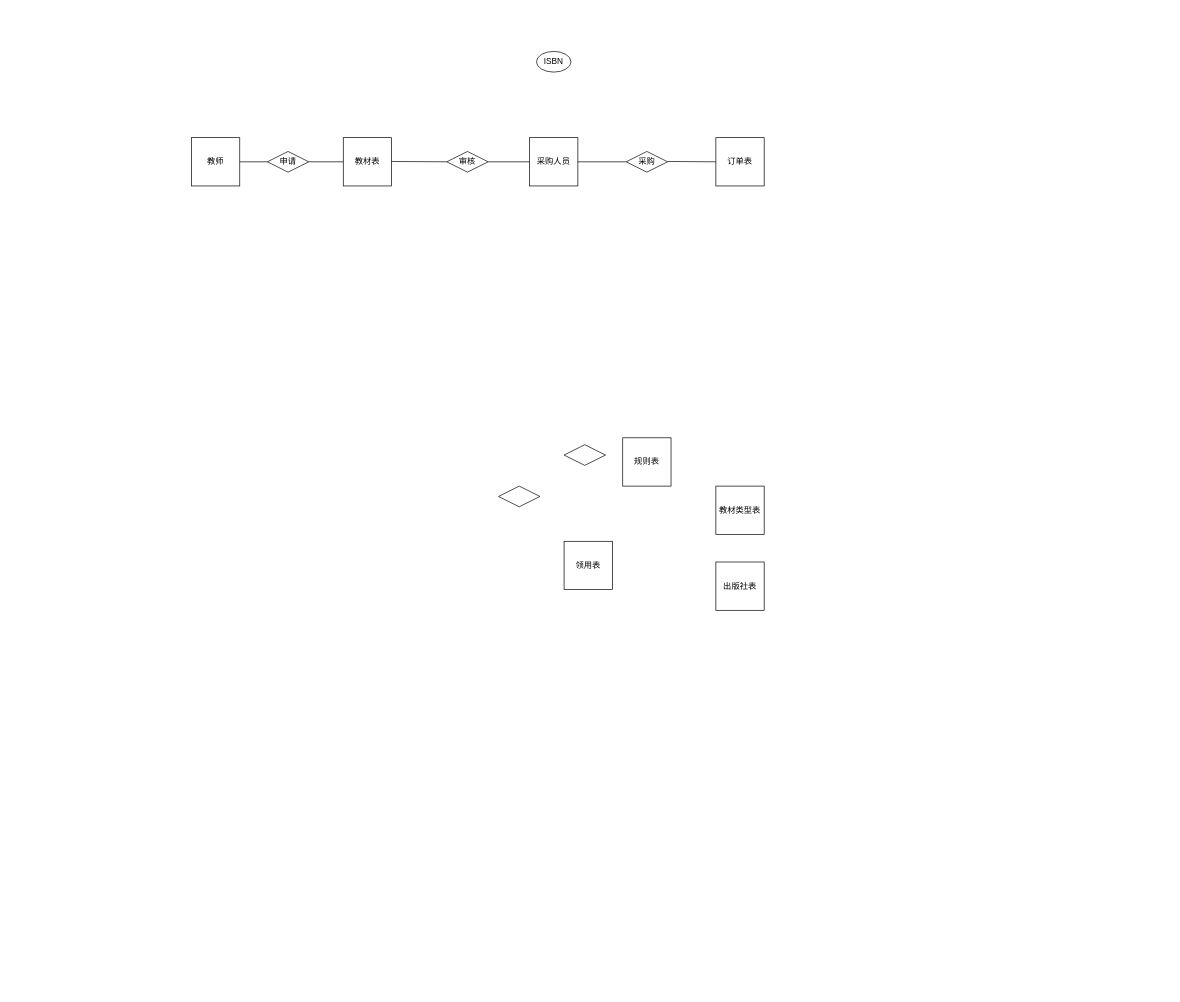
Before: 未命名绘图.drawio in Janour5/Draw.io, a draw.io diagram. Source tidied: cells renumbered, new cells numbered last; positions are measured from the earlier drawing's top-left corner, leaving out a move shared by most shapes. Both pictures are drawn from the tidied source at 69%, with x=0, y=0 at pixel (191, 51).
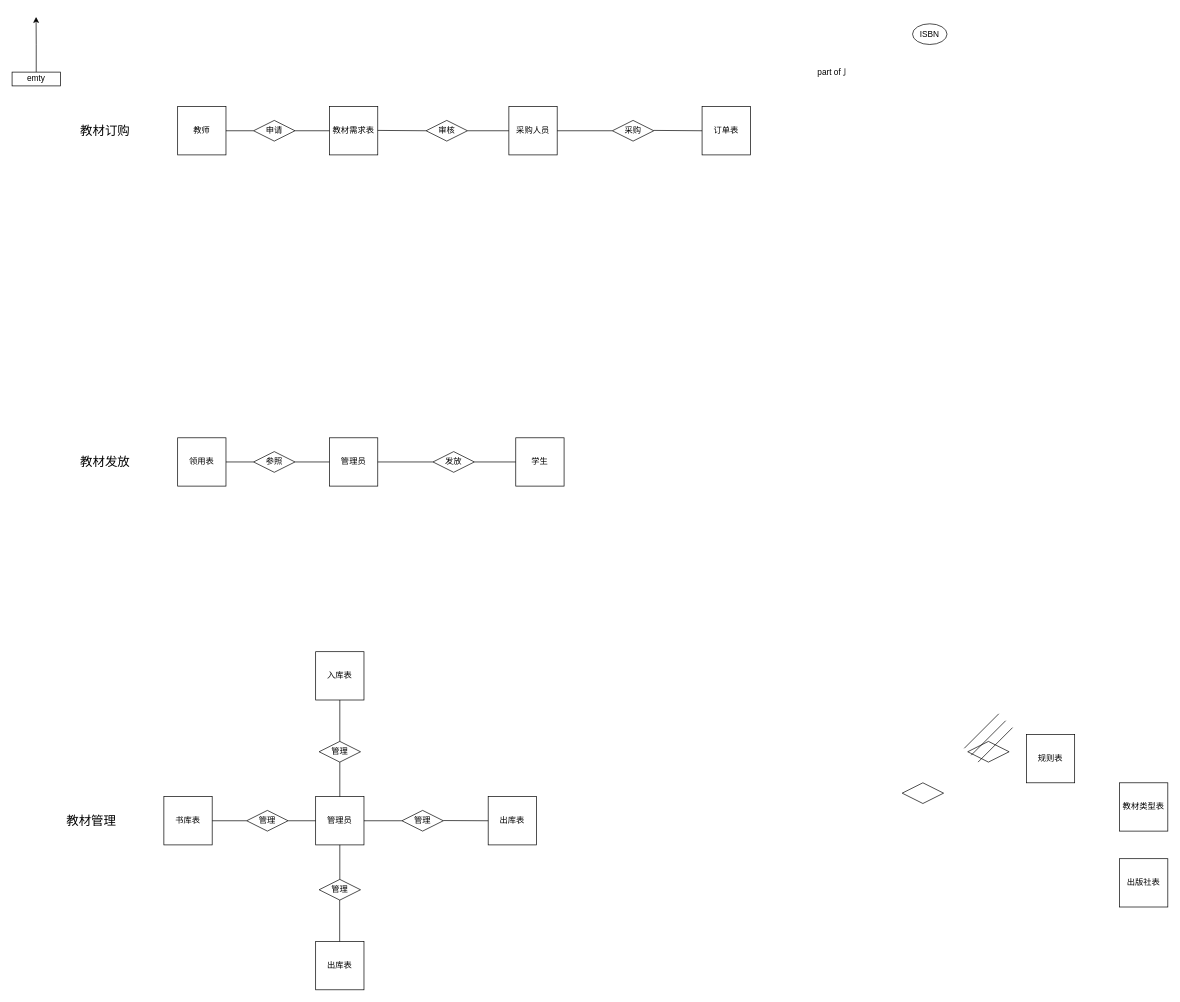
Above is the later version.

Commit message:
更新未命名绘图.drawio

Diff of the diagram source:
```diff
@@
-    <mxCell id="2" value="教材表" style="whiteSpace=wrap;html=1;" parent="1" vertex="1">
-      <mxGeometry x="220" y="125" width="70" height="70" as="geometry" />
+    <mxCell id="2" value="教材需求表" style="whiteSpace=wrap;html=1;" parent="1" vertex="1">
+      <mxGeometry x="200" y="80" width="70" height="70" as="geometry" />
     </mxCell>
     <mxCell id="3" value="订单表" style="whiteSpace=wrap;html=1;" parent="1" vertex="1">
-      <mxGeometry x="760" y="125" width="70" height="70" as="geometry" />
+      <mxGeometry x="740" y="80" width="70" height="70" as="geometry" />
     </mxCell>
     <mxCell id="4" value="领用表" style="whiteSpace=wrap;html=1;" parent="1" vertex="1">
-      <mxGeometry x="540" y="710" width="70" height="70" as="geometry" />
+      <mxGeometry x="-20" y="560" width="70" height="70" as="geometry" />
     </mxCell>
     <mxCell id="5" value="规则表" style="whiteSpace=wrap;html=1;" parent="1" vertex="1">
-      <mxGeometry x="625" y="560" width="70" height="70" as="geometry" />
+      <mxGeometry x="1210" y="990" width="70" height="70" as="geometry" />
     </mxCell>
     <mxCell id="6" value="教材类型表" style="whiteSpace=wrap;html=1;" parent="1" vertex="1">
-      <mxGeometry x="760" y="630" width="70" height="70" as="geometry" />
+      <mxGeometry x="1345" y="1060" width="70" height="70" as="geometry" />
     </mxCell>
     <mxCell id="7" value="出版社表" style="whiteSpace=wrap;html=1;" parent="1" vertex="1">
-      <mxGeometry x="760" y="740" width="70" height="70" as="geometry" />
+      <mxGeometry x="1345" y="1170" width="70" height="70" as="geometry" />
     </mxCell>
     <mxCell id="8" value="ISBN" style="ellipse;whiteSpace=wrap;html=1;" parent="1" vertex="1">
-      <mxGeometry x="500" width="50" height="30" as="geometry" />
+      <mxGeometry x="1045" y="-40" width="50" height="30" as="geometry" />
     </mxCell>
     <mxCell id="9" value="教师" style="whiteSpace=wrap;html=1;" parent="1" vertex="1">
-      <mxGeometry y="125" width="70" height="70" as="geometry" />
+      <mxGeometry x="-20" y="80" width="70" height="70" as="geometry" />
     </mxCell>
     <mxCell id="10" value="申请" style="rhombus;whiteSpace=wrap;html=1;" parent="1" vertex="1">
-      <mxGeometry x="110" y="145" width="60" height="30" as="geometry" />
+      <mxGeometry x="90" y="100" width="60" height="30" as="geometry" />
     </mxCell>
@@
     <mxCell id="12" style="endArrow=none;html=1;rounded=0;entryX=0;entryY=0.5;entryDx=0;entryDy=0;" parent="1" edge="1" target="2">
       <mxGeometry relative="1" as="geometry">
-        <mxPoint x="170" y="160" as="sourcePoint" />
+        <mxPoint x="150" y="115" as="sourcePoint" />
       </mxGeometry>
     </mxCell>
     <mxCell id="13" value="采购人员" style="whiteSpace=wrap;html=1;" parent="1" vertex="1">
-      <mxGeometry x="490" y="125" width="70" height="70" as="geometry" />
+      <mxGeometry x="460" y="80" width="70" height="70" as="geometry" />
     </mxCell>
     <mxCell id="14" value="审核" style="rhombus;whiteSpace=wrap;html=1;" parent="1" vertex="1">
-      <mxGeometry x="370" y="145" width="60" height="30" as="geometry" />
+      <mxGeometry x="340" y="100" width="60" height="30" as="geometry" />
     </mxCell>
@@
     <mxCell id="16" style="endArrow=none;html=1;rounded=0;entryX=0;entryY=0.5;entryDx=0;entryDy=0;exitX=1;exitY=0.5;exitDx=0;exitDy=0;" parent="1" edge="1" target="14">
       <mxGeometry relative="1" as="geometry">
-        <mxPoint x="290" y="159.5" as="sourcePoint" />
+        <mxPoint x="270" y="114.5" as="sourcePoint" />
       </mxGeometry>
     </mxCell>
     <mxCell id="17" style="rhombus;whiteSpace=wrap;html=1;" parent="1" vertex="1">
-      <mxGeometry x="540" y="570" width="60" height="30" as="geometry" />
+      <mxGeometry x="1125" y="1000" width="60" height="30" as="geometry" />
     </mxCell>
     <mxCell id="18" style="endArrow=none;html=1;rounded=0;exitX=1;exitY=0.5;exitDx=0;exitDy=0;" parent="1" edge="1" source="13">
       <mxGeometry relative="1" as="geometry">
-        <mxPoint x="630" y="160" as="targetPoint" />
+        <mxPoint x="610" y="115" as="targetPoint" />
       </mxGeometry>
     </mxCell>
     <mxCell id="19" style="rhombus;whiteSpace=wrap;html=1;" parent="1" vertex="1">
-      <mxGeometry x="445" y="630" width="60" height="30" as="geometry" />
+      <mxGeometry x="1030" y="1060" width="60" height="30" as="geometry" />
     </mxCell>
     <mxCell id="20" value="采购" style="rhombus;whiteSpace=wrap;html=1;" parent="1" vertex="1">
-      <mxGeometry x="630" y="145" width="60" height="30" as="geometry" />
+      <mxGeometry x="610" y="100" width="60" height="30" as="geometry" />
     </mxCell>
     <mxCell id="21" style="endArrow=none;html=1;rounded=0;exitX=1;exitY=0.5;exitDx=0;exitDy=0;" parent="1" edge="1">
       <mxGeometry relative="1" as="geometry">
-        <mxPoint x="690" y="159.5" as="sourcePoint" />
-        <mxPoint x="760" y="160" as="targetPoint" />
+        <mxPoint x="670" y="114.5" as="sourcePoint" />
+        <mxPoint x="740" y="115" as="targetPoint" />
       </mxGeometry>
     </mxCell>
+    <mxCell id="22" value="&lt;font style=&quot;font-size: 18px;&quot;&gt;教材发放&lt;/font&gt;" style="text;html=1;strokeColor=none;fillColor=none;align=center;verticalAlign=middle;whiteSpace=wrap;rounded=0;" parent="1" vertex="1">
+      <mxGeometry x="-170" y="580" width="90" height="30" as="geometry" />
+    </mxCell>
+    <mxCell id="23" value="管理" style="rhombus;whiteSpace=wrap;html=1;" parent="1" vertex="1">
+      <mxGeometry x="80" y="1100" width="60" height="30" as="geometry" />
+    </mxCell>
+    <mxCell id="24" value="参照" style="rhombus;whiteSpace=wrap;html=1;" parent="1" vertex="1">
+      <mxGeometry x="90" y="580" width="60" height="30" as="geometry" />
+    </mxCell>
+    <mxCell id="25" style="endArrow=none;html=1;rounded=0;exitX=1;exitY=0.5;exitDx=0;exitDy=0;entryX=0;entryY=0.5;entryDx=0;entryDy=0;" parent="1" edge="1" source="4" target="24">
+      <mxGeometry relative="1" as="geometry" />
+    </mxCell>
+    <mxCell id="26" value="管理员" style="whiteSpace=wrap;html=1;" parent="1" vertex="1">
+      <mxGeometry x="200" y="560" width="70" height="70" as="geometry" />
+    </mxCell>
+    <mxCell id="27" style="endArrow=none;html=1;rounded=0;exitX=1;exitY=0.5;exitDx=0;exitDy=0;entryX=0;entryY=0.5;entryDx=0;entryDy=0;" parent="1" edge="1" source="24" target="26">
+      <mxGeometry relative="1" as="geometry" />
+    </mxCell>
+    <mxCell id="28" value="发放" style="rhombus;whiteSpace=wrap;html=1;" parent="1" vertex="1">
+      <mxGeometry x="350" y="580" width="60" height="30" as="geometry" />
+    </mxCell>
+    <mxCell id="29" style="endArrow=none;html=1;rounded=0;exitX=1;exitY=0.5;exitDx=0;exitDy=0;entryX=0;entryY=0.5;entryDx=0;entryDy=0;" parent="1" edge="1" source="26" target="28">
+      <mxGeometry relative="1" as="geometry" />
+    </mxCell>
+    <mxCell id="30" value="学生" style="whiteSpace=wrap;html=1;" parent="1" vertex="1">
+      <mxGeometry x="470" y="560" width="70" height="70" as="geometry" />
+    </mxCell>
+    <mxCell id="31" style="endArrow=none;html=1;rounded=0;exitX=1;exitY=0.5;exitDx=0;exitDy=0;entryX=0;entryY=0.5;entryDx=0;entryDy=0;" parent="1" edge="1" source="28" target="30">
+      <mxGeometry relative="1" as="geometry" />
+    </mxCell>
+    <mxCell id="32" value="&lt;span style=&quot;font-size: 18px;&quot;&gt;教材订购&lt;/span&gt;" style="text;html=1;strokeColor=none;fillColor=none;align=center;verticalAlign=middle;whiteSpace=wrap;rounded=0;" parent="1" vertex="1">
+      <mxGeometry x="-170" y="100" width="90" height="30" as="geometry" />
+    </mxCell>
+    <mxCell id="33" value="&lt;span style=&quot;font-size: 18px;&quot;&gt;教材管理&lt;/span&gt;" style="text;html=1;strokeColor=none;fillColor=none;align=center;verticalAlign=middle;whiteSpace=wrap;rounded=0;" parent="1" vertex="1">
+      <mxGeometry x="-190" y="1100" width="90" height="30" as="geometry" />
+    </mxCell>
+    <mxCell id="34" value="管理员" style="whiteSpace=wrap;html=1;" parent="1" vertex="1">
+      <mxGeometry x="180" y="1080" width="70" height="70" as="geometry" />
+    </mxCell>
+    <mxCell id="35" value="书库表" style="whiteSpace=wrap;html=1;" parent="1" vertex="1">
+      <mxGeometry x="-40" y="1080" width="70" height="70" as="geometry" />
+    </mxCell>
+    <mxCell id="36" style="endArrow=none;html=1;rounded=0;exitX=1;exitY=0.5;exitDx=0;exitDy=0;entryX=0;entryY=0.5;entryDx=0;entryDy=0;" parent="1" edge="1" source="35" target="23">
+      <mxGeometry relative="1" as="geometry" />
+    </mxCell>
+    <mxCell id="37" style="endArrow=none;html=1;rounded=0;exitX=1;exitY=0.5;exitDx=0;exitDy=0;entryX=0;entryY=0.5;entryDx=0;entryDy=0;" parent="1" edge="1" source="23" target="34">
+      <mxGeometry relative="1" as="geometry" />
+    </mxCell>
+    <mxCell id="38" style="endArrow=none;html=1;rounded=0;entryX=0.5;entryY=1;entryDx=0;entryDy=0;exitX=0.5;exitY=0;exitDx=0;exitDy=0;" parent="1" edge="1" source="34" target="44">
+      <mxGeometry relative="1" as="geometry" />
+    </mxCell>
+    <mxCell id="39" style="endArrow=none;html=1;rounded=0;exitX=1;exitY=0.5;exitDx=0;exitDy=0;entryX=0;entryY=0.5;entryDx=0;entryDy=0;" parent="1" edge="1" source="34" target="45">
+      <mxGeometry relative="1" as="geometry" />
+    </mxCell>
+    <mxCell id="40" style="edgeStyle=orthogonalEdgeStyle;rounded=0;jettySize=auto;html=1;exitX=0.5;exitY=0;exitDx=0;exitDy=0;" parent="1" edge="1" source="41">
+      <mxGeometry relative="1" as="geometry">
+        <mxPoint x="-225.2" y="-50" as="targetPoint" />
+      </mxGeometry>
+    </mxCell>
+    <mxCell id="41" value="emty" style="whiteSpace=wrap;html=1;" parent="1" vertex="1">
+      <mxGeometry x="-260" y="30" width="70" height="20" as="geometry" />
+    </mxCell>
+    <mxCell id="42" value="入库表" style="whiteSpace=wrap;html=1;" parent="1" vertex="1">
+      <mxGeometry x="180" y="870" width="70" height="70" as="geometry" />
+    </mxCell>
+    <mxCell id="43" value="出库表" style="whiteSpace=wrap;html=1;" parent="1" vertex="1">
+      <mxGeometry x="430" y="1080" width="70" height="70" as="geometry" />
+    </mxCell>
+    <mxCell id="44" value="管理" style="rhombus;whiteSpace=wrap;html=1;" parent="1" vertex="1">
+      <mxGeometry x="185" y="1000" width="60" height="30" as="geometry" />
+    </mxCell>
+    <mxCell id="45" value="管理" style="rhombus;whiteSpace=wrap;html=1;" parent="1" vertex="1">
+      <mxGeometry x="305" y="1100" width="60" height="30" as="geometry" />
+    </mxCell>
+    <mxCell id="46" style="endArrow=none;html=1;rounded=0;exitX=0.5;exitY=0;exitDx=0;exitDy=0;entryX=0.5;entryY=1;entryDx=0;entryDy=0;" parent="1" edge="1" source="44" target="42">
+      <mxGeometry relative="1" as="geometry" />
+    </mxCell>
+    <mxCell id="47" style="endArrow=none;html=1;rounded=0;" parent="1" edge="1">
+      <mxGeometry relative="1" as="geometry">
+        <mxPoint x="1120" y="1010" as="sourcePoint" />
+        <mxPoint x="1170" y="960" as="targetPoint" />
+      </mxGeometry>
+    </mxCell>
+    <mxCell id="48" style="endArrow=none;html=1;rounded=0;" parent="1" edge="1">
+      <mxGeometry relative="1" as="geometry">
+        <mxPoint x="1130" y="1020" as="sourcePoint" />
+        <mxPoint x="1180" y="970" as="targetPoint" />
+      </mxGeometry>
+    </mxCell>
+    <mxCell id="49" style="endArrow=none;html=1;rounded=0;" parent="1" edge="1">
+      <mxGeometry relative="1" as="geometry">
+        <mxPoint x="1140" y="1030" as="sourcePoint" />
+        <mxPoint x="1190" y="980" as="targetPoint" />
+      </mxGeometry>
+    </mxCell>
+    <mxCell id="50" style="endArrow=none;html=1;rounded=0;exitX=1;exitY=0.5;exitDx=0;exitDy=0;entryX=0;entryY=0.5;entryDx=0;entryDy=0;" parent="1" edge="1" target="43">
+      <mxGeometry relative="1" as="geometry">
+        <mxPoint x="365" y="1114.7" as="sourcePoint" />
+      </mxGeometry>
+    </mxCell>
+    <mxCell id="51" value="出库表" style="whiteSpace=wrap;html=1;" parent="1" vertex="1">
+      <mxGeometry x="180" y="1290" width="70" height="70" as="geometry" />
+    </mxCell>
+    <mxCell id="52" value="管理" style="rhombus;whiteSpace=wrap;html=1;" parent="1" vertex="1">
+      <mxGeometry x="185" y="1200" width="60" height="30" as="geometry" />
+    </mxCell>
+    <mxCell id="53" style="endArrow=none;html=1;rounded=0;exitX=0.5;exitY=0;exitDx=0;exitDy=0;entryX=0.5;entryY=1;entryDx=0;entryDy=0;" parent="1" edge="1" source="52" target="34">
+      <mxGeometry relative="1" as="geometry" />
+    </mxCell>
+    <mxCell id="54" style="endArrow=none;html=1;rounded=0;exitX=0.5;exitY=0;exitDx=0;exitDy=0;entryX=0.5;entryY=1;entryDx=0;entryDy=0;" parent="1" edge="1">
+      <mxGeometry relative="1" as="geometry">
+        <mxPoint x="214.8" y="1290" as="sourcePoint" />
+        <mxPoint x="214.8" y="1230" as="targetPoint" />
+      </mxGeometry>
+    </mxCell>
+    <mxCell id="55" value="part of亅" style="text;html=1;align=center;verticalAlign=middle;strokeColor=none;fillColor=none;" parent="1" vertex="1">
+      <mxGeometry x="895" y="15" width="70" height="30" as="geometry" />
+    </mxCell>
```
